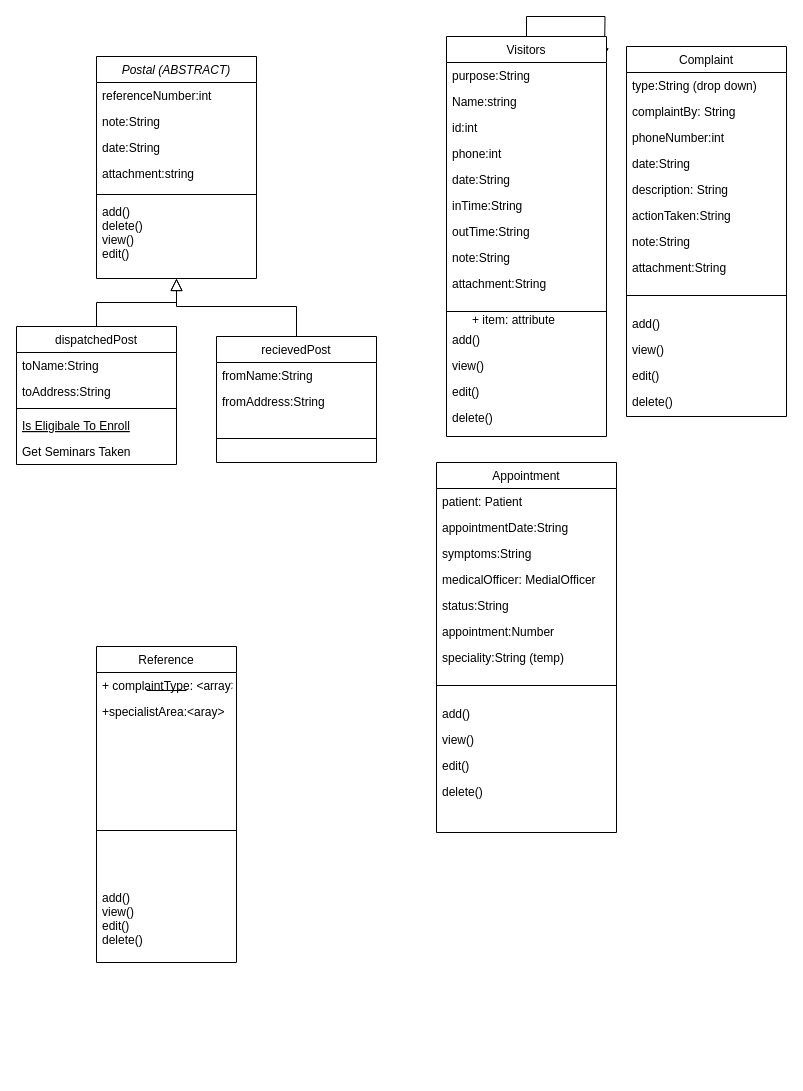
This is Untitled Diagram.drawio from sajath-45/hospital-managment-system-Java-Project, a draw.io file, before an edit. Source tidied: cells renumbered, new cells numbered last; positions are measured from the earlier drawing's top-left corner, leaving out a move shared by most shapes. Both pictures are drawn from the tidied source at 100%, with x=0, y=0 at pixel (16, 36).
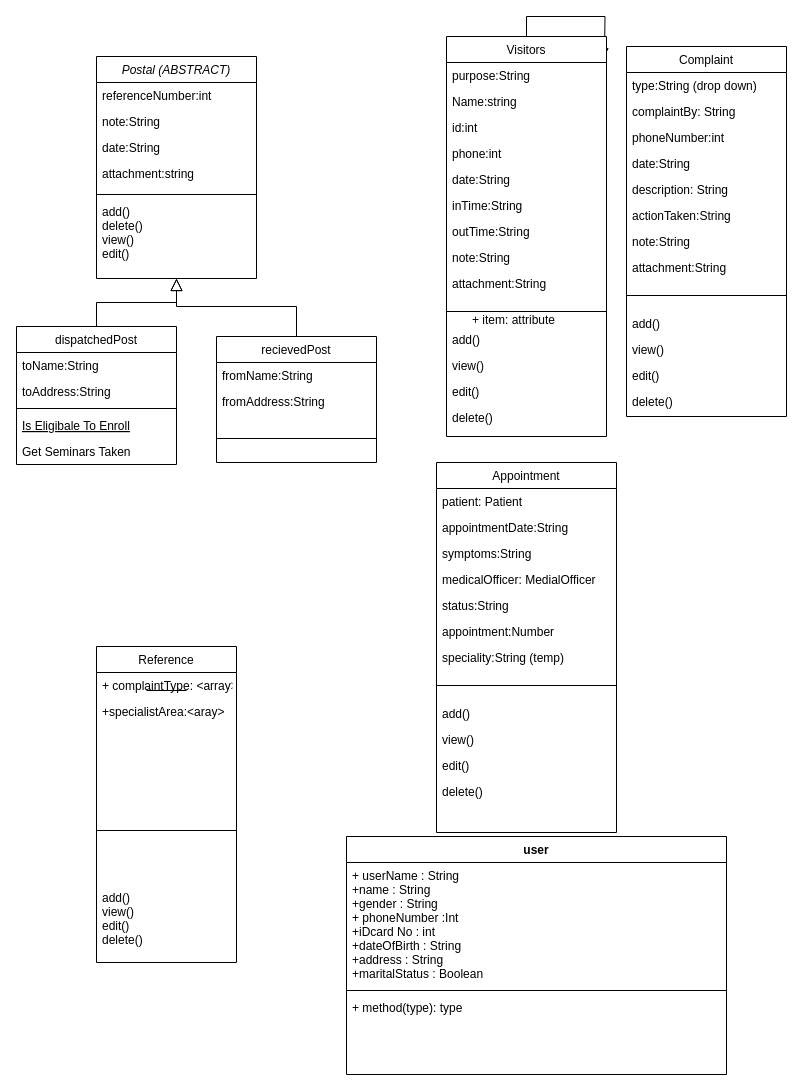
After the change.

Diff of the diagram source:
```diff
@@
+    <mxCell id="71" value="user" style="swimlane;fontStyle=1;align=center;verticalAlign=top;horizontal=1;startSize=26;" parent="1" vertex="1">
+      <mxGeometry x="330" y="800" width="380" height="238" as="geometry" />
+    </mxCell>
+    <mxCell id="72" value="+ userName : String&#10;+name : String &#10;+gender : String&#10;+ phoneNumber :Int&#10;+iDcard No : int&#10;+dateOfBirth : String&#10;+address : String&#10;+maritalStatus : Boolean&#10;&#10;" style="text;strokeColor=none;fillColor=none;align=left;verticalAlign=top;spacingLeft=4;spacingRight=4;overflow=hidden;" parent="71" vertex="1">
+      <mxGeometry y="26" width="380" height="124" as="geometry" />
+    </mxCell>
+    <mxCell id="73" style="line;strokeWidth=1;fillColor=none;align=left;verticalAlign=middle;spacingTop=-1;spacingLeft=3;spacingRight=3;labelPosition=right;" parent="71" vertex="1">
+      <mxGeometry y="150" width="380" height="8" as="geometry" />
+    </mxCell>
+    <mxCell id="74" value="+ method(type): type" style="text;strokeColor=none;fillColor=none;align=left;verticalAlign=top;spacingLeft=4;spacingRight=4;overflow=hidden;" parent="71" vertex="1">
+      <mxGeometry y="158" width="380" height="80" as="geometry" />
+    </mxCell>
```
